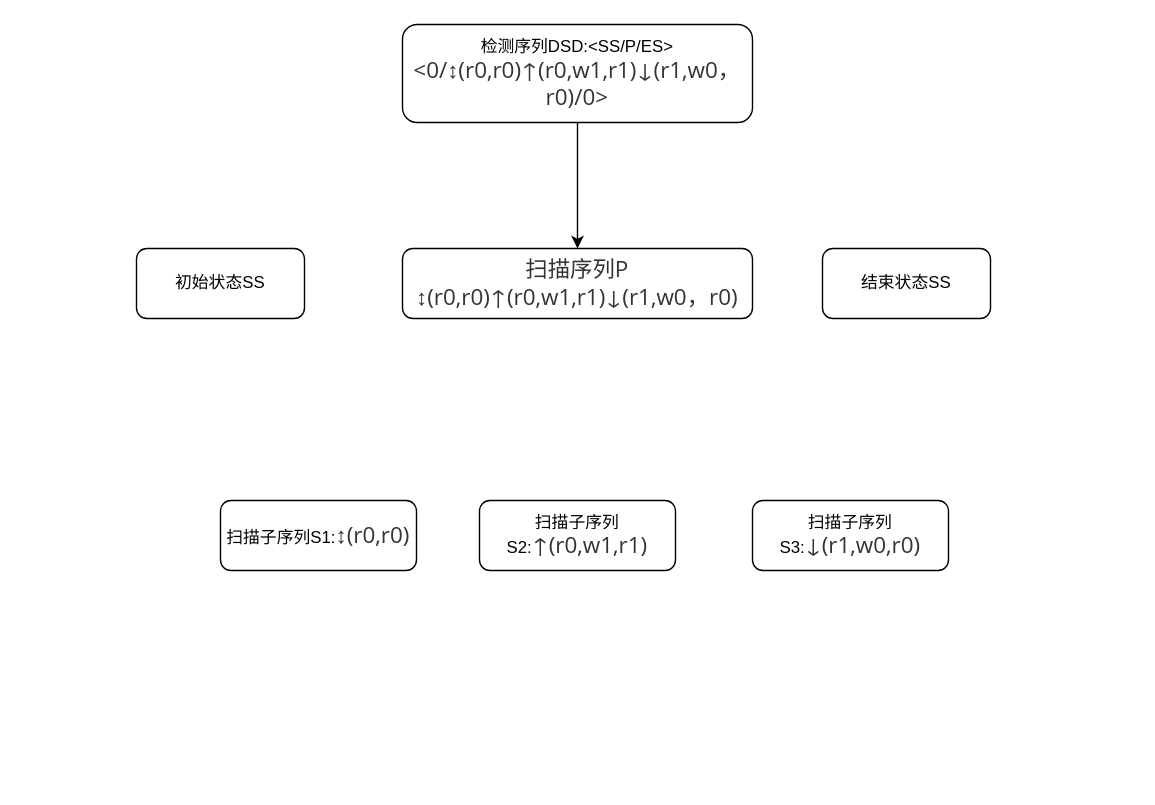
This is doc/未命名绘图.drawio from shanshan-lu/homwork, a draw.io file, before an edit. Source tidied: cells renumbered, new cells numbered last; positions are measured from the earlier drawing's top-left corner, leaving out a move shared by most shapes. Both pictures are drawn from the tidied source at 140%, with x=0, y=0 at pixel (136, 24).
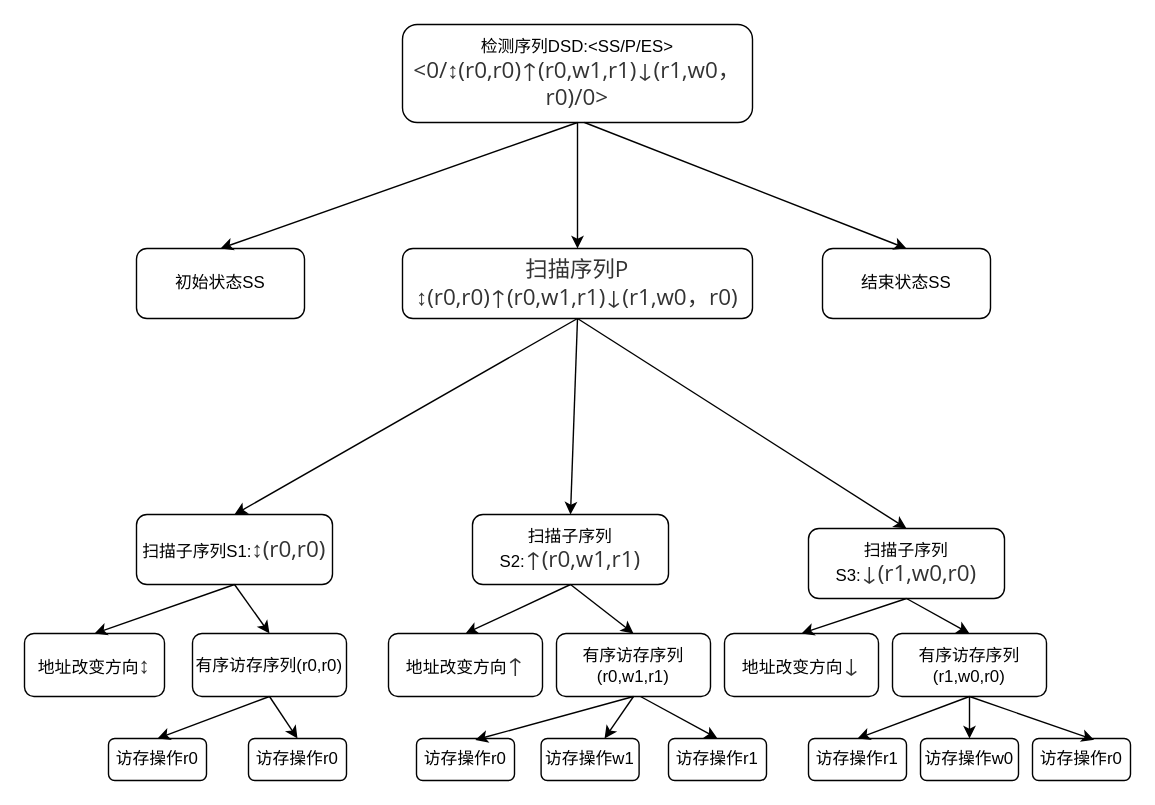
Above is the later version.

Commit message:
更新未命名绘图.drawio

The change refers to these unchanged cells:
```xml
<mxCell id="2" value="检测序列DSD:&amp;lt;SS/P/ES&amp;gt;&lt;br&gt;&lt;span style=&quot;color: rgb(51, 51, 51); font-family: &amp;quot;Open Sans&amp;quot;, &amp;quot;Clear Sans&amp;quot;, &amp;quot;Helvetica Neue&amp;quot;, Helvetica, Arial, sans-serif; font-size: 16px; orphans: 4; text-align: left; background-color: rgb(255, 255, 255);&quot;&gt;&amp;lt;0/↕(r0,r0)↑(r0,w1,r1)↓(r1,w0，r0)/0&amp;gt;&lt;/span&gt;" style="rounded=1;whiteSpace=wrap;html=1;" parent="1" vertex="1">
  <mxGeometry x="190" width="250" height="70" as="geometry" />
</mxCell>
<mxCell id="3" value="&lt;span style=&quot;color: rgb(51, 51, 51); font-family: &amp;quot;Open Sans&amp;quot;, &amp;quot;Clear Sans&amp;quot;, &amp;quot;Helvetica Neue&amp;quot;, Helvetica, Arial, sans-serif; font-size: 16px; orphans: 4; text-align: left; background-color: rgb(255, 255, 255);&quot;&gt;扫描序列P ↕(r0,r0)↑(r0,w1,r1)↓(r1,w0，r0)&lt;/span&gt;" style="rounded=1;whiteSpace=wrap;html=1;shadow=0;glass=0;" parent="1" vertex="1">
  <mxGeometry x="190" y="160" width="250" height="50" as="geometry" />
</mxCell>
<mxCell id="4" value="初始状态SS" style="rounded=1;whiteSpace=wrap;html=1;shadow=0;glass=0;" parent="1" vertex="1">
  <mxGeometry y="160" width="120" height="50" as="geometry" />
</mxCell>
<mxCell id="5" value="结束状态SS" style="rounded=1;whiteSpace=wrap;html=1;shadow=0;glass=0;" parent="1" vertex="1">
  <mxGeometry x="490" y="160" width="120" height="50" as="geometry" />
</mxCell>
```

The edit, as a diff of the source:
```diff
@@
     <mxCell id="6" value="扫描子序列S1:&lt;span style=&quot;color: rgb(51, 51, 51); font-family: &amp;quot;Open Sans&amp;quot;, &amp;quot;Clear Sans&amp;quot;, &amp;quot;Helvetica Neue&amp;quot;, Helvetica, Arial, sans-serif; font-size: 16px; orphans: 4; text-align: left; background-color: rgb(255, 255, 255);&quot;&gt;↕(r0,r0)&lt;/span&gt;" style="rounded=1;whiteSpace=wrap;html=1;shadow=0;glass=0;" parent="1" vertex="1">
-      <mxGeometry x="60" y="340" width="140" height="50" as="geometry" />
+      <mxGeometry y="350" width="140" height="50" as="geometry" />
     </mxCell>
     <mxCell id="7" value="扫描子序列S3:&lt;span style=&quot;color: rgb(51, 51, 51); font-family: &amp;quot;Open Sans&amp;quot;, &amp;quot;Clear Sans&amp;quot;, &amp;quot;Helvetica Neue&amp;quot;, Helvetica, Arial, sans-serif; font-size: 16px; orphans: 4; text-align: left; background-color: rgb(255, 255, 255);&quot;&gt;↓(r1,w0,r0)&lt;/span&gt;" style="rounded=1;whiteSpace=wrap;html=1;shadow=0;glass=0;" parent="1" vertex="1">
-      <mxGeometry x="440" y="340" width="140" height="50" as="geometry" />
+      <mxGeometry x="480" y="360" width="140" height="50" as="geometry" />
     </mxCell>
     <mxCell id="8" value="扫描子序列S2:&lt;span style=&quot;color: rgb(51, 51, 51); font-family: &amp;quot;Open Sans&amp;quot;, &amp;quot;Clear Sans&amp;quot;, &amp;quot;Helvetica Neue&amp;quot;, Helvetica, Arial, sans-serif; font-size: 16px; orphans: 4; text-align: left; background-color: rgb(255, 255, 255);&quot;&gt;↑(r0,w1,r1)&lt;/span&gt;" style="rounded=1;whiteSpace=wrap;html=1;shadow=0;glass=0;" parent="1" vertex="1">
-      <mxGeometry x="245" y="340" width="140" height="50" as="geometry" />
+      <mxGeometry x="240" y="350" width="140" height="50" as="geometry" />
     </mxCell>
@@
+    <mxCell id="10" style="endArrow=classic;html=1;rounded=0;entryX=0.5;entryY=0;entryDx=0;entryDy=0;" parent="1" edge="1" target="5">
+      <mxGeometry relative="1" as="geometry">
+        <mxPoint x="320" y="70" as="sourcePoint" />
+      </mxGeometry>
+    </mxCell>
+    <mxCell id="11" style="endArrow=classic;html=1;rounded=0;exitX=0.5;exitY=1;exitDx=0;exitDy=0;entryX=0.5;entryY=0;entryDx=0;entryDy=0;" parent="1" edge="1" source="2" target="4">
+      <mxGeometry relative="1" as="geometry" />
+    </mxCell>
+    <mxCell id="12" style="endArrow=classic;html=1;rounded=0;exitX=0.5;exitY=1;exitDx=0;exitDy=0;entryX=0.5;entryY=0;entryDx=0;entryDy=0;" parent="1" edge="1" source="3" target="8">
+      <mxGeometry relative="1" as="geometry" />
+    </mxCell>
+    <mxCell id="13" style="endArrow=classic;html=1;rounded=0;exitX=0.5;exitY=1;exitDx=0;exitDy=0;entryX=0.5;entryY=0;entryDx=0;entryDy=0;" parent="1" edge="1" source="3" target="7">
+      <mxGeometry relative="1" as="geometry" />
+    </mxCell>
+    <mxCell id="14" style="endArrow=classic;html=1;rounded=0;exitX=0.5;exitY=1;exitDx=0;exitDy=0;" parent="1" edge="1" source="3">
+      <mxGeometry relative="1" as="geometry">
+        <mxPoint x="70" y="350" as="targetPoint" />
+      </mxGeometry>
+    </mxCell>
+    <mxCell id="15" value="地址改变方向&lt;span style=&quot;color: rgb(51, 51, 51); font-family: &amp;quot;Open Sans&amp;quot;, &amp;quot;Clear Sans&amp;quot;, &amp;quot;Helvetica Neue&amp;quot;, Helvetica, Arial, sans-serif; font-size: 16px; orphans: 4; text-align: left; background-color: rgb(255, 255, 255);&quot;&gt;↕&lt;/span&gt;" style="rounded=1;whiteSpace=wrap;html=1;" parent="1" vertex="1">
+      <mxGeometry x="-80" y="435" width="100" height="45" as="geometry" />
+    </mxCell>
+    <mxCell id="16" value="有序访存序列(r0,r0)" style="rounded=1;whiteSpace=wrap;html=1;" parent="1" vertex="1">
+      <mxGeometry x="40" y="435" width="110" height="45" as="geometry" />
+    </mxCell>
+    <mxCell id="17" value="地址改变方向&lt;span style=&quot;color: rgb(51, 51, 51); font-family: &amp;quot;Open Sans&amp;quot;, &amp;quot;Clear Sans&amp;quot;, &amp;quot;Helvetica Neue&amp;quot;, Helvetica, Arial, sans-serif; font-size: 16px; orphans: 4; text-align: left; background-color: rgb(255, 255, 255);&quot;&gt;↑&lt;/span&gt;" style="rounded=1;whiteSpace=wrap;html=1;" parent="1" vertex="1">
+      <mxGeometry x="180" y="435" width="110" height="45" as="geometry" />
+    </mxCell>
+    <mxCell id="18" value="有序访存序列(r0,w1,r1)" style="rounded=1;whiteSpace=wrap;html=1;" parent="1" vertex="1">
+      <mxGeometry x="300" y="435" width="110" height="45" as="geometry" />
+    </mxCell>
+    <mxCell id="19" value="地址改变方向&lt;span style=&quot;color: rgb(51, 51, 51); font-family: &amp;quot;Open Sans&amp;quot;, &amp;quot;Clear Sans&amp;quot;, &amp;quot;Helvetica Neue&amp;quot;, Helvetica, Arial, sans-serif; font-size: 16px; orphans: 4; text-align: left; background-color: rgb(255, 255, 255);&quot;&gt;↓&lt;/span&gt;" style="rounded=1;whiteSpace=wrap;html=1;" parent="1" vertex="1">
+      <mxGeometry x="420" y="435" width="110" height="45" as="geometry" />
+    </mxCell>
+    <mxCell id="20" value="有序访存序列(r1,w0,r0)" style="rounded=1;whiteSpace=wrap;html=1;" parent="1" vertex="1">
+      <mxGeometry x="540" y="435" width="110" height="45" as="geometry" />
+    </mxCell>
+    <mxCell id="21" style="endArrow=classic;html=1;rounded=0;exitX=0.5;exitY=1;exitDx=0;exitDy=0;entryX=0.5;entryY=0;entryDx=0;entryDy=0;" parent="1" edge="1" source="7" target="19">
+      <mxGeometry relative="1" as="geometry" />
+    </mxCell>
+    <mxCell id="22" style="endArrow=classic;html=1;rounded=0;entryX=0.5;entryY=0;entryDx=0;entryDy=0;" parent="1" edge="1" target="20">
+      <mxGeometry relative="1" as="geometry">
+        <mxPoint x="550" y="410" as="sourcePoint" />
+      </mxGeometry>
+    </mxCell>
+    <mxCell id="23" style="endArrow=classic;html=1;rounded=0;exitX=0.5;exitY=1;exitDx=0;exitDy=0;entryX=0.5;entryY=0;entryDx=0;entryDy=0;" parent="1" edge="1" source="8" target="17">
+      <mxGeometry relative="1" as="geometry" />
+    </mxCell>
+    <mxCell id="24" style="endArrow=classic;html=1;rounded=0;exitX=0.5;exitY=1;exitDx=0;exitDy=0;entryX=0.5;entryY=0;entryDx=0;entryDy=0;" parent="1" edge="1" source="8" target="18">
+      <mxGeometry relative="1" as="geometry" />
+    </mxCell>
+    <mxCell id="25" style="endArrow=classic;html=1;rounded=0;entryX=0.5;entryY=0;entryDx=0;entryDy=0;" parent="1" edge="1" target="16">
+      <mxGeometry relative="1" as="geometry">
+        <mxPoint x="70" y="400" as="sourcePoint" />
+      </mxGeometry>
+    </mxCell>
+    <mxCell id="26" style="endArrow=classic;html=1;rounded=0;exitX=0.5;exitY=1;exitDx=0;exitDy=0;entryX=0.5;entryY=0;entryDx=0;entryDy=0;" parent="1" edge="1" source="6" target="15">
+      <mxGeometry relative="1" as="geometry" />
+    </mxCell>
+    <mxCell id="27" value="访存操作r0" style="rounded=1;whiteSpace=wrap;html=1;" parent="1" vertex="1">
+      <mxGeometry x="-20" y="510" width="70" height="30" as="geometry" />
+    </mxCell>
+    <mxCell id="28" value="访存操作r0" style="rounded=1;whiteSpace=wrap;html=1;" parent="1" vertex="1">
+      <mxGeometry x="80" y="510" width="70" height="30" as="geometry" />
+    </mxCell>
+    <mxCell id="29" value="访存操作r0" style="rounded=1;whiteSpace=wrap;html=1;" parent="1" vertex="1">
+      <mxGeometry x="640" y="510" width="70" height="30" as="geometry" />
+    </mxCell>
+    <mxCell id="30" value="访存操作w0" style="rounded=1;whiteSpace=wrap;html=1;" parent="1" vertex="1">
+      <mxGeometry x="560" y="510" width="70" height="30" as="geometry" />
+    </mxCell>
+    <mxCell id="31" value="访存操作r1" style="rounded=1;whiteSpace=wrap;html=1;" parent="1" vertex="1">
+      <mxGeometry x="480" y="510" width="70" height="30" as="geometry" />
+    </mxCell>
+    <mxCell id="32" value="访存操作r1" style="rounded=1;whiteSpace=wrap;html=1;" parent="1" vertex="1">
+      <mxGeometry x="380" y="510" width="70" height="30" as="geometry" />
+    </mxCell>
+    <mxCell id="33" value="访存操作w1" style="rounded=1;whiteSpace=wrap;html=1;" parent="1" vertex="1">
+      <mxGeometry x="289" y="510" width="70" height="30" as="geometry" />
+    </mxCell>
+    <mxCell id="34" value="访存操作r0" style="rounded=1;whiteSpace=wrap;html=1;" parent="1" vertex="1">
+      <mxGeometry x="200" y="510" width="70" height="30" as="geometry" />
+    </mxCell>
+    <mxCell id="35" style="endArrow=classic;html=1;rounded=0;exitX=0.5;exitY=1;exitDx=0;exitDy=0;entryX=0.5;entryY=0;entryDx=0;entryDy=0;" parent="1" edge="1" source="16" target="27">
+      <mxGeometry relative="1" as="geometry" />
+    </mxCell>
+    <mxCell id="36" style="endArrow=classic;html=1;rounded=0;exitX=0.5;exitY=1;exitDx=0;exitDy=0;entryX=0.5;entryY=0;entryDx=0;entryDy=0;" parent="1" edge="1" source="16" target="28">
+      <mxGeometry relative="1" as="geometry" />
+    </mxCell>
+    <mxCell id="37" style="endArrow=classic;html=1;rounded=0;exitX=0.5;exitY=1;exitDx=0;exitDy=0;entryX=0.6;entryY=0.033;entryDx=0;entryDy=0;entryPerimeter=0;" parent="1" edge="1" source="18" target="34">
+      <mxGeometry relative="1" as="geometry" />
+    </mxCell>
+    <mxCell id="38" style="endArrow=classic;html=1;rounded=0;exitX=0.5;exitY=1;exitDx=0;exitDy=0;" parent="1" edge="1" source="18" target="33">
+      <mxGeometry relative="1" as="geometry" />
+    </mxCell>
+    <mxCell id="39" style="endArrow=classic;html=1;rounded=0;entryX=0.5;entryY=0;entryDx=0;entryDy=0;" parent="1" edge="1" target="32">
+      <mxGeometry relative="1" as="geometry">
+        <mxPoint x="360" y="480" as="sourcePoint" />
+      </mxGeometry>
+    </mxCell>
+    <mxCell id="40" style="endArrow=classic;html=1;rounded=0;exitX=0.5;exitY=1;exitDx=0;exitDy=0;entryX=0.5;entryY=0;entryDx=0;entryDy=0;" parent="1" edge="1" source="20" target="31">
+      <mxGeometry relative="1" as="geometry" />
+    </mxCell>
+    <mxCell id="41" style="endArrow=classic;html=1;rounded=0;exitX=0.5;exitY=1;exitDx=0;exitDy=0;entryX=0.5;entryY=0;entryDx=0;entryDy=0;" parent="1" edge="1" source="20" target="30">
+      <mxGeometry relative="1" as="geometry" />
+    </mxCell>
+    <mxCell id="42" style="endArrow=classic;html=1;rounded=0;exitX=0.5;exitY=1;exitDx=0;exitDy=0;entryX=0.629;entryY=0.033;entryDx=0;entryDy=0;entryPerimeter=0;" parent="1" edge="1" source="20" target="29">
+      <mxGeometry relative="1" as="geometry" />
+    </mxCell>
```
